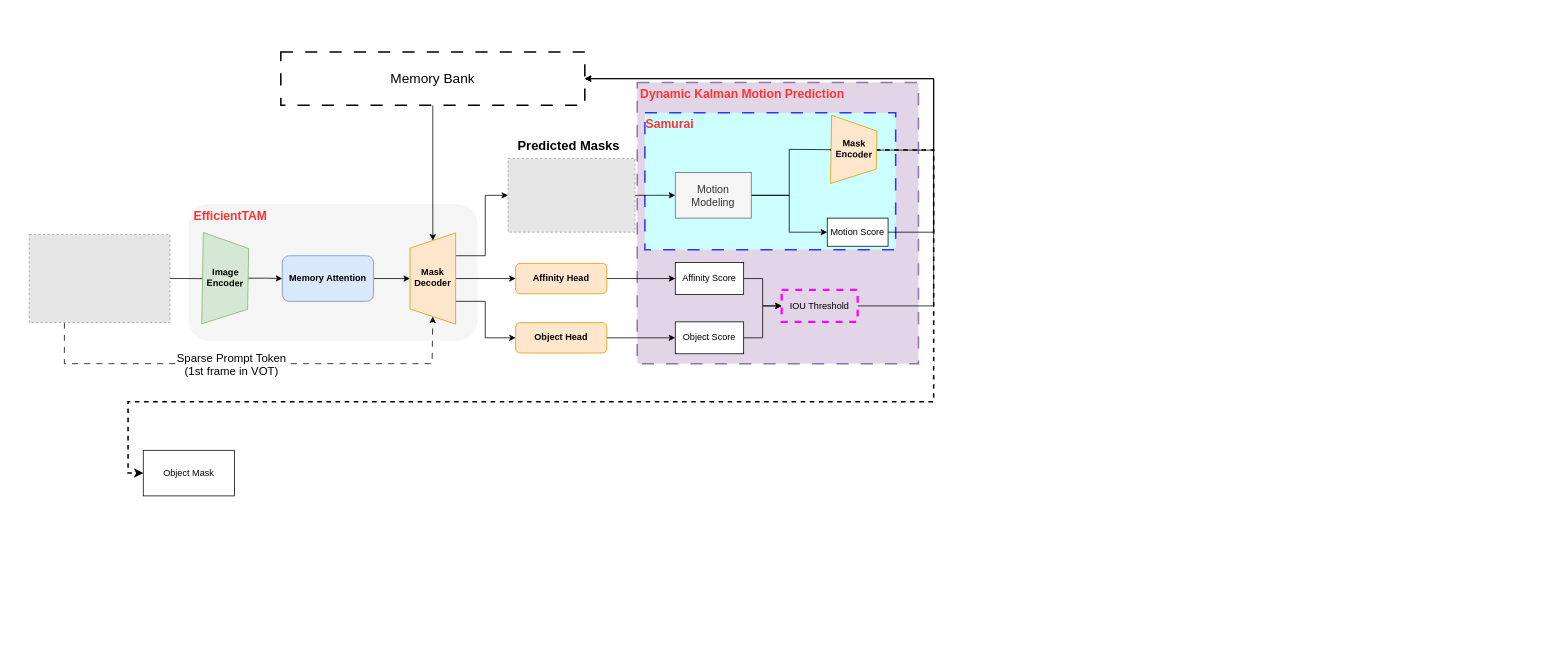
Earlier version of the draw.io diagram WorkSpace/ObjectTrack/2025-trackArch.drawio (mailonghua/drawio). Source tidied: cells renumbered, new cells numbered last; positions are measured from the earlier drawing's top-left corner, leaving out a move shared by most shapes. Both pictures are drawn from the tidied source at 76%, with x=0, y=0 at pixel (29, 52). Pictures stored in the file or linked from it are replaced by grey dashed boxes.
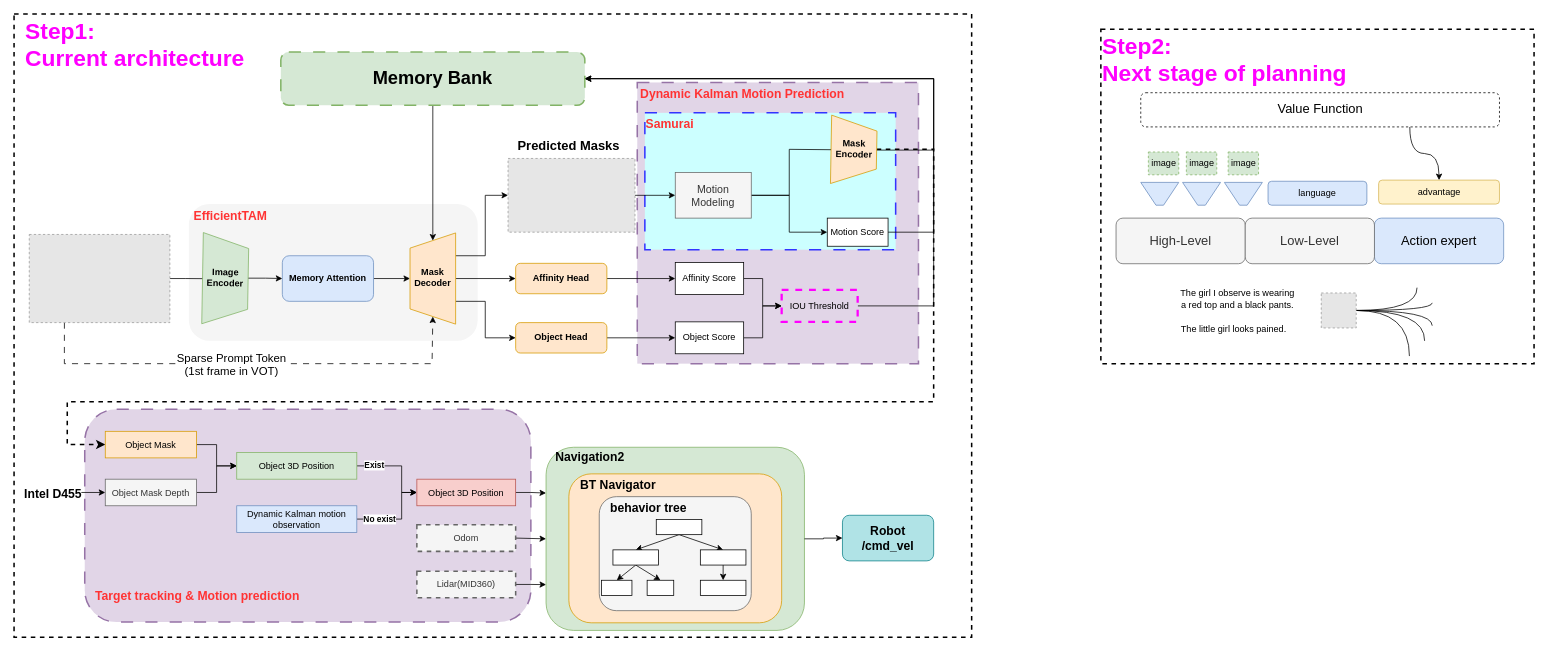
Above is the later version.

Unchanged cells that the change refers to:
```xml
<mxCell id="33" value="Mask&lt;br&gt;Encoder" style="shape=trapezoid;perimeter=trapezoidPerimeter;whiteSpace=wrap;html=1;fixedSize=1;rotation=-89;textDirection=vertical-rl;flipH=0;flipV=1;fillColor=#ffe6cc;strokeColor=#d79b00;fontStyle=1;" parent="1" vertex="1">
  <mxGeometry x="1040" y="98.5" width="90" height="60" as="geometry" />
</mxCell>
```

Change to the diagram source:
```diff
@@
+    <mxCell id="44" style="rounded=0;whiteSpace=wrap;html=1;fillColor=none;strokeWidth=2;dashed=1;" parent="1" vertex="1">
+      <mxGeometry x="-20" y="-50" width="1260" height="820" as="geometry" />
+    </mxCell>
+    <mxCell id="45" style="rounded=1;whiteSpace=wrap;html=1;strokeWidth=2;dashed=1;dashPattern=8 8;fillColor=#e1d5e7;strokeColor=#9673a6;" parent="1" vertex="1">
+      <mxGeometry x="73" y="470" width="587" height="280" as="geometry" />
+    </mxCell>
@@
     <mxCell id="32" style="edgeStyle=orthogonalEdgeStyle;rounded=0;jettySize=auto;html=1;exitX=0.5;exitY=0;exitDx=0;exitDy=0;entryX=0;entryY=0.5;entryDx=0;entryDy=0;strokeWidth=2;dashed=1;" parent="1" edge="1" source="33" target="42">
       <mxGeometry relative="1" as="geometry">
         <Array as="points">
           <mxPoint x="1190" y="129" />
           <mxPoint x="1190" y="460" />
-          <mxPoint x="130" y="460" />
-          <mxPoint x="130" y="554" />
+          <mxPoint x="50" y="460" />
+          <mxPoint x="50" y="517" />
+          <mxPoint x="70" y="517" />
         </Array>
       </mxGeometry>
     </mxCell>
@@
-    <mxCell id="37" value="Memory Bank" style="rounded=0;whiteSpace=wrap;html=1;fontSize=18;dashed=1;dashPattern=8 8;strokeWidth=2;" parent="1" vertex="1">
+    <mxCell id="37" value="Memory Bank" style="rounded=1;whiteSpace=wrap;html=1;fontSize=24;dashed=1;dashPattern=8 8;strokeWidth=2;fillColor=#d5e8d4;strokeColor=#82b366;fontStyle=1;" parent="1" vertex="1">
       <mxGeometry x="331" width="400" height="70" as="geometry" />
     </mxCell>
@@
+    <mxCell id="46" style="edgeStyle=orthogonalEdgeStyle;rounded=0;jettySize=auto;html=1;exitX=1;exitY=0.5;exitDx=0;exitDy=0;entryX=0;entryY=0.5;entryDx=0;entryDy=0;" parent="1" edge="1" source="42" target="53">
+      <mxGeometry relative="1" as="geometry" />
+    </mxCell>
-    <mxCell id="42" value="Object Mask" style="rounded=0;whiteSpace=wrap;html=1;" parent="1" vertex="1">
-      <mxGeometry x="150" y="524" width="120" height="60" as="geometry" />
+    <mxCell id="42" value="Object Mask" style="rounded=0;whiteSpace=wrap;html=1;fillColor=#ffe6cc;strokeColor=#d79b00;" parent="1" vertex="1">
+      <mxGeometry x="100" y="499" width="120" height="35" as="geometry" />
     </mxCell>
@@
+    <mxCell id="47" style="edgeStyle=orthogonalEdgeStyle;rounded=0;jettySize=auto;html=1;exitX=0;exitY=0.5;exitDx=0;exitDy=0;startArrow=classic;startFill=1;endArrow=none;endFill=0;" parent="1" edge="1" source="50">
+      <mxGeometry relative="1" as="geometry">
+        <mxPoint x="20" y="580" as="targetPoint" />
+      </mxGeometry>
+    </mxCell>
+    <mxCell id="48" value="Intel D455" style="edgeLabel;html=1;align=center;verticalAlign=middle;fontSize=16;fontStyle=1;" parent="47" vertex="1">
+      <mxGeometry x="0.34" y="1" relative="1" as="geometry">
+        <mxPoint x="-16" y="-1" as="offset" />
+      </mxGeometry>
+    </mxCell>
+    <mxCell id="49" style="edgeStyle=orthogonalEdgeStyle;rounded=0;jettySize=auto;html=1;exitX=1;exitY=0.5;exitDx=0;exitDy=0;entryX=0;entryY=0.5;entryDx=0;entryDy=0;" parent="1" edge="1" source="50" target="53">
+      <mxGeometry relative="1" as="geometry" />
+    </mxCell>
+    <mxCell id="50" value="Object Mask Depth" style="rounded=0;whiteSpace=wrap;html=1;fillColor=#f5f5f5;fontColor=#333333;strokeColor=#666666;" parent="1" vertex="1">
+      <mxGeometry x="100" y="562" width="120" height="35" as="geometry" />
+    </mxCell>
+    <mxCell id="51" style="edgeStyle=orthogonalEdgeStyle;rounded=0;jettySize=auto;html=1;exitX=1;exitY=0.5;exitDx=0;exitDy=0;entryX=0;entryY=0.5;entryDx=0;entryDy=0;" parent="1" edge="1" source="53" target="58">
+      <mxGeometry relative="1" as="geometry">
+        <Array as="points">
+          <mxPoint x="490" y="545" />
+          <mxPoint x="490" y="580" />
+        </Array>
+      </mxGeometry>
+    </mxCell>
+    <mxCell id="52" value="Exist" style="edgeLabel;html=1;align=center;verticalAlign=middle;fontStyle=1;" parent="51" vertex="1">
+      <mxGeometry x="-0.61" y="1" relative="1" as="geometry" />
+    </mxCell>
+    <mxCell id="53" value="Object 3D Position" style="rounded=0;whiteSpace=wrap;html=1;fillColor=#d5e8d4;strokeColor=#82b366;" parent="1" vertex="1">
+      <mxGeometry x="273" y="527" width="158" height="35" as="geometry" />
+    </mxCell>
+    <mxCell id="54" style="edgeStyle=orthogonalEdgeStyle;rounded=0;jettySize=auto;html=1;exitX=1;exitY=0.5;exitDx=0;exitDy=0;entryX=0;entryY=0.5;entryDx=0;entryDy=0;" parent="1" edge="1" source="56" target="58">
+      <mxGeometry relative="1" as="geometry">
+        <Array as="points">
+          <mxPoint x="490" y="615" />
+          <mxPoint x="490" y="580" />
+        </Array>
+      </mxGeometry>
+    </mxCell>
+    <mxCell id="55" value="No exist" style="edgeLabel;html=1;align=center;verticalAlign=middle;fontStyle=1;" parent="54" vertex="1">
+      <mxGeometry x="-0.6" relative="1" as="geometry">
+        <mxPoint x="6" as="offset" />
+      </mxGeometry>
+    </mxCell>
+    <mxCell id="56" value="Dynamic Kalman motion observation" style="rounded=0;whiteSpace=wrap;html=1;fillColor=#dae8fc;strokeColor=#6c8ebf;" parent="1" vertex="1">
+      <mxGeometry x="273" y="597" width="158" height="35" as="geometry" />
+    </mxCell>
+    <mxCell id="57" style="edgeStyle=orthogonalEdgeStyle;rounded=0;jettySize=auto;html=1;exitX=1;exitY=0.5;exitDx=0;exitDy=0;entryX=0;entryY=0.25;entryDx=0;entryDy=0;" parent="1" edge="1" source="58" target="60">
+      <mxGeometry relative="1" as="geometry" />
+    </mxCell>
+    <mxCell id="58" value="Object 3D Position" style="rounded=0;whiteSpace=wrap;html=1;fillColor=#f8cecc;strokeColor=#b85450;" parent="1" vertex="1">
+      <mxGeometry x="510" y="562" width="130" height="35" as="geometry" />
+    </mxCell>
+    <mxCell id="59" style="group;" parent="1" vertex="1">
+      <mxGeometry x="680" y="518" width="340" height="243" as="geometry" />
+    </mxCell>
+    <mxCell id="60" style="rounded=1;whiteSpace=wrap;html=1;fillColor=#d5e8d4;strokeColor=#82b366;" parent="59" vertex="1">
+      <mxGeometry y="2" width="340" height="241" as="geometry" />
+    </mxCell>
+    <mxCell id="61" style="rounded=1;whiteSpace=wrap;html=1;fillColor=#ffe6cc;strokeColor=#d79b00;" parent="59" vertex="1">
+      <mxGeometry x="30" y="37" width="280" height="196" as="geometry" />
+    </mxCell>
+    <mxCell id="62" value="Navigation2" style="text;html=1;whiteSpace=wrap;strokeColor=none;fillColor=none;align=center;verticalAlign=middle;rounded=0;fontSize=16;fontStyle=1;" parent="59" vertex="1">
+      <mxGeometry x="3" width="110" height="30" as="geometry" />
+    </mxCell>
+    <mxCell id="63" value="BT Navigator" style="text;html=1;whiteSpace=wrap;strokeColor=none;fillColor=none;align=center;verticalAlign=middle;rounded=0;fontSize=16;fontStyle=1;" parent="59" vertex="1">
+      <mxGeometry x="40" y="37" width="110" height="30" as="geometry" />
+    </mxCell>
+    <mxCell id="64" style="group;" parent="59" vertex="1">
+      <mxGeometry x="70" y="67" width="200" height="150" as="geometry" />
+    </mxCell>
+    <mxCell id="65" style="rounded=1;whiteSpace=wrap;html=1;fillColor=#f5f5f5;strokeColor=#666666;fontColor=#333333;" parent="64" vertex="1">
+      <mxGeometry width="200" height="150" as="geometry" />
+    </mxCell>
+    <mxCell id="66" value="behavior tree" style="text;html=1;whiteSpace=wrap;strokeColor=none;fillColor=none;align=center;verticalAlign=middle;rounded=0;fontSize=16;fontStyle=1;" parent="64" vertex="1">
+      <mxGeometry x="10" width="110" height="30" as="geometry" />
+    </mxCell>
+    <mxCell id="67" style="edgeStyle=none;rounded=0;jettySize=auto;html=1;exitX=0.5;exitY=1;exitDx=0;exitDy=0;entryX=0.5;entryY=0;entryDx=0;entryDy=0;" parent="64" edge="1" source="69" target="72">
+      <mxGeometry relative="1" as="geometry" />
+    </mxCell>
+    <mxCell id="68" style="edgeStyle=none;rounded=0;jettySize=auto;html=1;exitX=0.5;exitY=1;exitDx=0;exitDy=0;entryX=0.5;entryY=0;entryDx=0;entryDy=0;" parent="64" edge="1" source="69" target="74">
+      <mxGeometry relative="1" as="geometry" />
+    </mxCell>
+    <mxCell id="69" style="rounded=0;whiteSpace=wrap;html=1;" parent="64" vertex="1">
+      <mxGeometry x="75" y="30" width="60" height="20" as="geometry" />
+    </mxCell>
+    <mxCell id="70" style="edgeStyle=none;rounded=0;jettySize=auto;html=1;exitX=0.5;exitY=1;exitDx=0;exitDy=0;entryX=0.5;entryY=0;entryDx=0;entryDy=0;" parent="64" edge="1" source="72" target="77">
+      <mxGeometry relative="1" as="geometry" />
+    </mxCell>
+    <mxCell id="71" style="edgeStyle=none;rounded=0;jettySize=auto;html=1;exitX=0.5;exitY=1;exitDx=0;exitDy=0;entryX=0.5;entryY=0;entryDx=0;entryDy=0;" parent="64" edge="1" source="72" target="76">
+      <mxGeometry relative="1" as="geometry" />
+    </mxCell>
+    <mxCell id="72" style="rounded=0;whiteSpace=wrap;html=1;" parent="64" vertex="1">
+      <mxGeometry x="18" y="70" width="60" height="20" as="geometry" />
+    </mxCell>
+    <mxCell id="73" style="edgeStyle=none;rounded=0;jettySize=auto;html=1;exitX=0.5;exitY=1;exitDx=0;exitDy=0;entryX=0.5;entryY=0;entryDx=0;entryDy=0;" parent="64" edge="1" source="74" target="75">
+      <mxGeometry relative="1" as="geometry" />
+    </mxCell>
+    <mxCell id="74" style="rounded=0;whiteSpace=wrap;html=1;" parent="64" vertex="1">
+      <mxGeometry x="133" y="70" width="60" height="20" as="geometry" />
+    </mxCell>
+    <mxCell id="75" style="rounded=0;whiteSpace=wrap;html=1;" parent="64" vertex="1">
+      <mxGeometry x="133" y="110" width="60" height="20" as="geometry" />
+    </mxCell>
+    <mxCell id="76" style="rounded=0;whiteSpace=wrap;html=1;" parent="64" vertex="1">
+      <mxGeometry x="63" y="110" width="35" height="20" as="geometry" />
+    </mxCell>
+    <mxCell id="77" style="rounded=0;whiteSpace=wrap;html=1;" parent="64" vertex="1">
+      <mxGeometry x="3" y="110" width="40" height="20" as="geometry" />
+    </mxCell>
+    <mxCell id="78" style="edgeStyle=none;rounded=0;jettySize=auto;html=1;exitX=1;exitY=0.5;exitDx=0;exitDy=0;entryX=0;entryY=0.5;entryDx=0;entryDy=0;" parent="1" edge="1" source="79" target="60">
+      <mxGeometry relative="1" as="geometry" />
+    </mxCell>
+    <mxCell id="79" value="Odom" style="rounded=0;whiteSpace=wrap;html=1;fillColor=#f5f5f5;strokeColor=#666666;fontColor=#333333;dashed=1;strokeWidth=2;" parent="1" vertex="1">
+      <mxGeometry x="510" y="622" width="130" height="35" as="geometry" />
+    </mxCell>
+    <mxCell id="80" style="edgeStyle=orthogonalEdgeStyle;rounded=0;jettySize=auto;html=1;exitX=1;exitY=0.5;exitDx=0;exitDy=0;entryX=0;entryY=0.75;entryDx=0;entryDy=0;" parent="1" edge="1" source="81" target="60">
+      <mxGeometry relative="1" as="geometry" />
+    </mxCell>
+    <mxCell id="81" value="Lidar(MID360)" style="rounded=0;whiteSpace=wrap;html=1;fillColor=#f5f5f5;strokeColor=#666666;fontColor=#333333;dashed=1;strokeWidth=2;" parent="1" vertex="1">
+      <mxGeometry x="510" y="683" width="130" height="35" as="geometry" />
+    </mxCell>
+    <mxCell id="82" value="Robot&lt;br&gt;/cmd_vel" style="rounded=1;whiteSpace=wrap;html=1;fontSize=16;fontStyle=1;fillColor=#b0e3e6;strokeColor=#0e8088;" parent="1" vertex="1">
+      <mxGeometry x="1070" y="609.5" width="120" height="60" as="geometry" />
+    </mxCell>
+    <mxCell id="83" style="edgeStyle=orthogonalEdgeStyle;rounded=0;jettySize=auto;html=1;exitX=1;exitY=0.5;exitDx=0;exitDy=0;entryX=0;entryY=0.5;entryDx=0;entryDy=0;" parent="1" edge="1" source="60" target="82">
+      <mxGeometry relative="1" as="geometry" />
+    </mxCell>
+    <mxCell id="84" value="Step1:&lt;br&gt;Current architecture" style="text;html=1;whiteSpace=wrap;strokeColor=none;fillColor=none;align=left;verticalAlign=middle;rounded=0;fontSize=30;fontStyle=1;fontColor=#FF00FF;" parent="1" vertex="1">
+      <mxGeometry x="-7" y="-40" width="327" height="60" as="geometry" />
+    </mxCell>
+    <mxCell id="85" value="Target tracking &amp;amp; Motion prediction" style="text;html=1;whiteSpace=wrap;strokeColor=none;fillColor=none;align=center;verticalAlign=middle;rounded=0;fontStyle=1;fontSize=16;fontColor=#FF3333;" parent="1" vertex="1">
+      <mxGeometry x="80" y="700" width="283" height="30" as="geometry" />
+    </mxCell>
+    <mxCell id="86" style="rounded=0;whiteSpace=wrap;html=1;fillColor=none;strokeWidth=2;dashed=1;" parent="1" vertex="1">
+      <mxGeometry x="1410" y="-30" width="570" height="440" as="geometry" />
+    </mxCell>
+    <mxCell id="87" value="High-Level" style="rounded=1;whiteSpace=wrap;html=1;fontSize=17;fillColor=#f5f5f5;strokeColor=#666666;fontColor=#333333;" parent="1" vertex="1">
+      <mxGeometry x="1430" y="218.5" width="170" height="60" as="geometry" />
+    </mxCell>
+    <mxCell id="88" value="Action expert" style="rounded=1;whiteSpace=wrap;html=1;fontSize=17;fillColor=#dae8fc;strokeColor=#6c8ebf;" parent="1" vertex="1">
+      <mxGeometry x="1770" y="218.5" width="170" height="60" as="geometry" />
+    </mxCell>
+    <mxCell id="89" value="image" style="rounded=0;whiteSpace=wrap;html=1;fillColor=#d5e8d4;strokeColor=#82b366;dashed=1;" parent="1" vertex="1">
+      <mxGeometry x="1472.5" y="131.5" width="40" height="30" as="geometry" />
+    </mxCell>
+    <mxCell id="90" style="group;" parent="1" vertex="1">
+      <mxGeometry x="1700" y="310" width="146" height="90" as="geometry" />
+    </mxCell>
+    <mxCell id="91" style="edgeStyle=orthogonalEdgeStyle;curved=1;rounded=0;jettySize=auto;html=1;exitX=1;exitY=0.5;exitDx=0;exitDy=0;endArrow=none;endFill=0;" parent="90" edge="1" source="96">
+      <mxGeometry relative="1" as="geometry">
+        <mxPoint x="126" as="targetPoint" />
+      </mxGeometry>
+    </mxCell>
+    <mxCell id="92" style="edgeStyle=orthogonalEdgeStyle;curved=1;rounded=0;jettySize=auto;html=1;exitX=1;exitY=0.5;exitDx=0;exitDy=0;endArrow=none;endFill=0;" parent="90" edge="1" source="96">
+      <mxGeometry relative="1" as="geometry">
+        <mxPoint x="116" y="90" as="targetPoint" />
+        <Array as="points">
+          <mxPoint x="116" y="30" />
+        </Array>
+      </mxGeometry>
+    </mxCell>
+    <mxCell id="93" style="edgeStyle=orthogonalEdgeStyle;curved=1;rounded=0;jettySize=auto;html=1;exitX=1;exitY=0.5;exitDx=0;exitDy=0;endArrow=none;endFill=0;" parent="90" edge="1" source="96">
+      <mxGeometry relative="1" as="geometry">
+        <mxPoint x="146" y="20" as="targetPoint" />
+        <Array as="points">
+          <mxPoint x="146" y="30" />
+        </Array>
+      </mxGeometry>
+    </mxCell>
+    <mxCell id="94" style="edgeStyle=orthogonalEdgeStyle;curved=1;rounded=0;jettySize=auto;html=1;exitX=1;exitY=0.5;exitDx=0;exitDy=0;endArrow=none;endFill=0;" parent="90" edge="1" source="96">
+      <mxGeometry relative="1" as="geometry">
+        <mxPoint x="146" y="50" as="targetPoint" />
+        <Array as="points">
+          <mxPoint x="146" y="30" />
+        </Array>
+      </mxGeometry>
+    </mxCell>
+    <mxCell id="95" style="edgeStyle=orthogonalEdgeStyle;curved=1;rounded=0;jettySize=auto;html=1;exitX=1;exitY=0.5;exitDx=0;exitDy=0;endArrow=none;endFill=0;" parent="90" edge="1" source="96">
+      <mxGeometry relative="1" as="geometry">
+        <mxPoint x="136" y="70" as="targetPoint" />
+      </mxGeometry>
+    </mxCell>
+    <mxCell id="96" style="fillColor=#E6E6E6;strokeColor=#999999;dashed=1;verticalLabelPosition=bottom;verticalAlign=top;" parent="90" vertex="1">
+      <mxGeometry y="7" width="46" height="46" as="geometry" />
+    </mxCell>
+    <mxCell id="97" value="&lt;div&gt;The girl I observe is wearing&lt;/div&gt;&lt;div&gt;a red top and a black pants.&lt;/div&gt;" style="text;html=1;whiteSpace=wrap;strokeColor=none;fillColor=none;align=center;verticalAlign=middle;rounded=0;" parent="1" vertex="1">
+      <mxGeometry x="1510" y="310" width="160" height="30" as="geometry" />
+    </mxCell>
+    <mxCell id="98" style="shape=trapezoid;perimeter=trapezoidPerimeter;whiteSpace=wrap;html=1;fixedSize=1;rotation=-180;fillColor=#dae8fc;strokeColor=#6c8ebf;" parent="1" vertex="1">
+      <mxGeometry x="1462.5" y="171.5" width="50" height="30" as="geometry" />
+    </mxCell>
+    <mxCell id="99" value="language" style="rounded=1;whiteSpace=wrap;html=1;fillColor=#dae8fc;strokeColor=#6c8ebf;" parent="1" vertex="1">
+      <mxGeometry x="1630" y="170" width="130" height="31.5" as="geometry" />
+    </mxCell>
+    <mxCell id="100" value="advantage" style="rounded=1;whiteSpace=wrap;html=1;fillColor=#fff2cc;strokeColor=#d6b656;" parent="1" vertex="1">
+      <mxGeometry x="1775.5" y="168.5" width="159" height="31.5" as="geometry" />
+    </mxCell>
+    <mxCell id="101" value="Low-Level" style="rounded=1;whiteSpace=wrap;html=1;fontSize=17;fillColor=#f5f5f5;strokeColor=#666666;fontColor=#333333;" parent="1" vertex="1">
+      <mxGeometry x="1600" y="218.5" width="170" height="60" as="geometry" />
+    </mxCell>
+    <mxCell id="102" style="edgeStyle=orthogonalEdgeStyle;rounded=0;jettySize=auto;html=1;exitX=0.75;exitY=1;exitDx=0;exitDy=0;entryX=0.5;entryY=0;entryDx=0;entryDy=0;curved=1;" parent="1" edge="1" source="103" target="100">
+      <mxGeometry relative="1" as="geometry" />
+    </mxCell>
+    <mxCell id="103" value="Value Function" style="rounded=1;whiteSpace=wrap;html=1;fontSize=17;dashed=1;" parent="1" vertex="1">
+      <mxGeometry x="1462.5" y="53.5" width="472" height="45" as="geometry" />
+    </mxCell>
+    <mxCell id="104" value="image" style="rounded=0;whiteSpace=wrap;html=1;fillColor=#d5e8d4;strokeColor=#82b366;dashed=1;" parent="1" vertex="1">
+      <mxGeometry x="1522.5" y="131.5" width="40" height="30" as="geometry" />
+    </mxCell>
+    <mxCell id="105" style="shape=trapezoid;perimeter=trapezoidPerimeter;whiteSpace=wrap;html=1;fixedSize=1;rotation=-180;fillColor=#dae8fc;strokeColor=#6c8ebf;" parent="1" vertex="1">
+      <mxGeometry x="1517.5" y="171.5" width="50" height="30" as="geometry" />
+    </mxCell>
+    <mxCell id="106" value="The little girl looks pained." style="text;html=1;whiteSpace=wrap;strokeColor=none;fillColor=none;align=center;verticalAlign=middle;rounded=0;" parent="1" vertex="1">
+      <mxGeometry x="1510" y="350" width="150" height="30" as="geometry" />
+    </mxCell>
+    <mxCell id="107" value="Step2:&lt;br&gt;Next stage of planning" style="text;html=1;whiteSpace=wrap;strokeColor=none;fillColor=none;align=left;verticalAlign=middle;rounded=0;fontSize=30;fontStyle=1;fontColor=#FF00FF;" parent="1" vertex="1">
+      <mxGeometry x="1410" y="-20" width="327" height="60" as="geometry" />
+    </mxCell>
+    <mxCell id="108" value="image" style="rounded=0;whiteSpace=wrap;html=1;fillColor=#d5e8d4;strokeColor=#82b366;dashed=1;" parent="1" vertex="1">
+      <mxGeometry x="1577.5" y="131.5" width="40" height="30" as="geometry" />
+    </mxCell>
+    <mxCell id="109" style="shape=trapezoid;perimeter=trapezoidPerimeter;whiteSpace=wrap;html=1;fixedSize=1;rotation=-180;fillColor=#dae8fc;strokeColor=#6c8ebf;" parent="1" vertex="1">
+      <mxGeometry x="1572.5" y="171.5" width="50" height="30" as="geometry" />
+    </mxCell>
```
